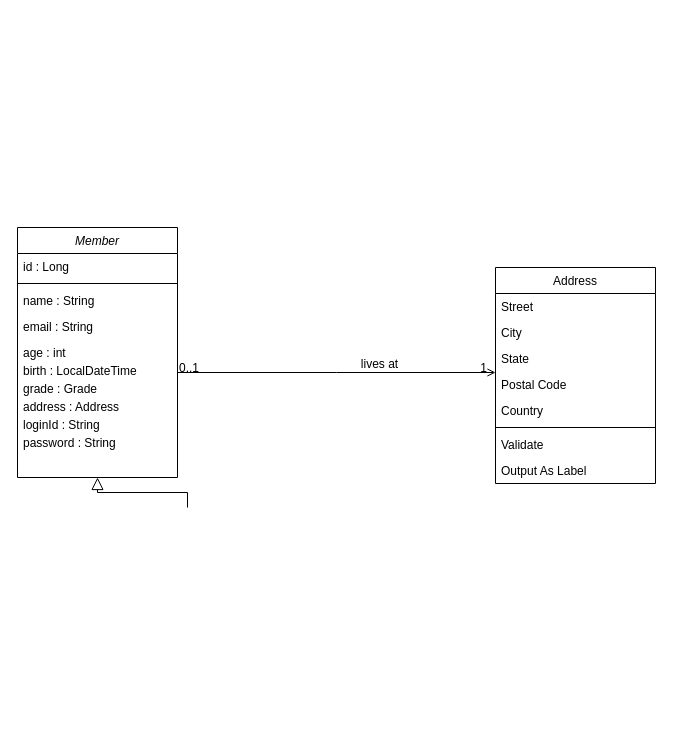
Earlier version of the draw.io diagram 제목 없는 다이어그램.drawio (ceo92/ceing-shopping). Source tidied: cells renumbered, new cells numbered last; positions are measured from the earlier drawing's top-left corner, leaving out a move shared by most shapes. Both pictures are drawn from the tidied source at 100%, with x=0, y=0 at pixel (17, 227).
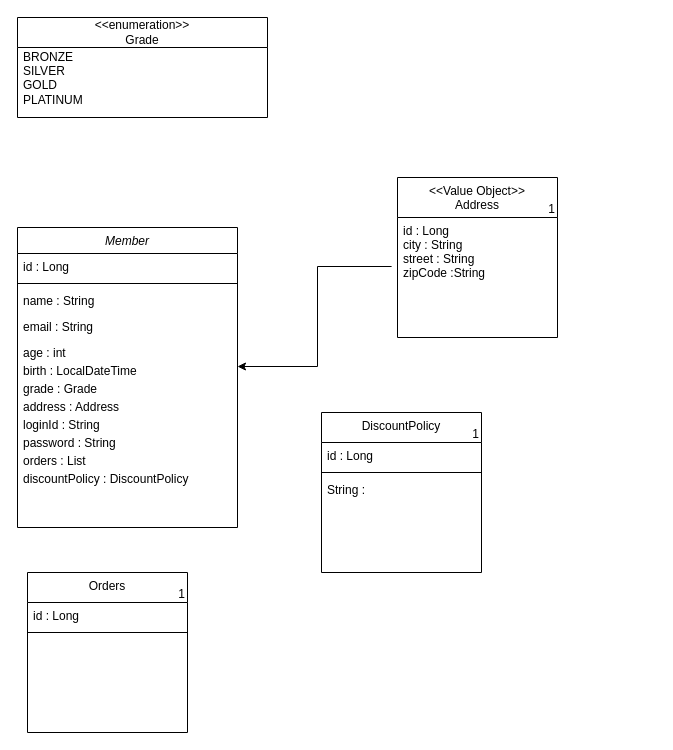
Above is the later version.

Commit message (it also covers changes not shown here):
제목 없는 다이어그램.drawio 업데이트

Diff of the diagram source:
```diff
@@
     <mxCell id="2" value="Member" style="swimlane;fontStyle=2;align=center;verticalAlign=top;horizontal=1;startSize=26;rounded=0;shadow=0;strokeWidth=1;" parent="1" vertex="1">
-      <mxGeometry width="160" height="250" as="geometry" />
+      <mxGeometry width="220" height="300" as="geometry" />
     </mxCell>
     <mxCell id="3" value="id : Long" style="text;align=left;verticalAlign=top;spacingLeft=4;spacingRight=4;overflow=hidden;" parent="2" vertex="1">
-      <mxGeometry y="26" width="160" height="26" as="geometry" />
+      <mxGeometry y="26" width="220" height="26" as="geometry" />
     </mxCell>
     <mxCell id="4" style="line;html=1;strokeWidth=1;align=left;verticalAlign=middle;spacingTop=-1;spacingLeft=3;spacingRight=3;labelPosition=right;" parent="2" vertex="1">
-      <mxGeometry y="52" width="160" height="8" as="geometry" />
+      <mxGeometry y="52" width="220" height="8" as="geometry" />
     </mxCell>
     <mxCell id="5" value="name : String" style="text;align=left;verticalAlign=top;spacingLeft=4;spacingRight=4;overflow=hidden;rounded=0;shadow=0;html=0;" parent="2" vertex="1">
-      <mxGeometry y="60" width="160" height="26" as="geometry" />
+      <mxGeometry y="60" width="220" height="26" as="geometry" />
     </mxCell>
     <mxCell id="6" value="email : String    &#10;" style="text;align=left;verticalAlign=top;spacingLeft=4;spacingRight=4;overflow=hidden;rounded=0;shadow=0;html=0;" parent="2" vertex="1">
-      <mxGeometry y="86" width="160" height="26" as="geometry" />
+      <mxGeometry y="86" width="220" height="26" as="geometry" />
     </mxCell>
     <mxCell id="7" value="age : int" style="text;align=left;verticalAlign=top;spacingLeft=4;spacingRight=4;overflow=hidden;" parent="2" vertex="1">
-      <mxGeometry y="112" width="160" height="18" as="geometry" />
+      <mxGeometry y="112" width="220" height="18" as="geometry" />
     </mxCell>
     <mxCell id="8" value="birth : LocalDateTime" style="text;align=left;verticalAlign=top;spacingLeft=4;spacingRight=4;overflow=hidden;points=[[0,0.5],[1,0.5]];portConstraint=eastwest;" parent="2" vertex="1">
-      <mxGeometry y="130" width="160" height="18" as="geometry" />
+      <mxGeometry y="130" width="220" height="18" as="geometry" />
     </mxCell>
     <mxCell id="9" value="grade : Grade" style="text;align=left;verticalAlign=top;spacingLeft=4;spacingRight=4;overflow=hidden;" parent="2" vertex="1">
-      <mxGeometry y="148" width="160" height="18" as="geometry" />
+      <mxGeometry y="148" width="220" height="18" as="geometry" />
     </mxCell>
     <mxCell id="10" value="address : Address" style="text;align=left;verticalAlign=top;spacingLeft=4;spacingRight=4;overflow=hidden;" parent="2" vertex="1">
-      <mxGeometry y="166" width="160" height="18" as="geometry" />
+      <mxGeometry y="166" width="220" height="18" as="geometry" />
     </mxCell>
     <mxCell id="11" value="loginId : String" style="text;align=left;verticalAlign=top;spacingLeft=4;spacingRight=4;overflow=hidden;" parent="2" vertex="1">
-      <mxGeometry y="184" width="160" height="18" as="geometry" />
+      <mxGeometry y="184" width="220" height="18" as="geometry" />
     </mxCell>
     <mxCell id="12" value="password : String" style="text;align=left;verticalAlign=top;spacingLeft=4;spacingRight=4;overflow=hidden;" parent="2" vertex="1">
-      <mxGeometry y="202" width="160" height="18" as="geometry" />
+      <mxGeometry y="202" width="220" height="18" as="geometry" />
     </mxCell>
-    <mxCell id="13" style="endArrow=block;endSize=10;endFill=0;shadow=0;strokeWidth=1;rounded=0;curved=0;edgeStyle=elbowEdgeStyle;elbow=vertical;" parent="1" edge="1" target="2">
-      <mxGeometry relative="1" as="geometry">
-        <mxPoint x="170" y="280" as="sourcePoint" />
-      </mxGeometry>
-    </mxCell>
-    <mxCell id="14" value="Address" style="swimlane;fontStyle=0;align=center;verticalAlign=top;horizontal=1;startSize=26;rounded=0;shadow=0;strokeWidth=1;" parent="1" vertex="1">
-      <mxGeometry x="478" y="40" width="160" height="216" as="geometry" />
-    </mxCell>
-    <mxCell id="15" value="Street" style="text;align=left;verticalAlign=top;spacingLeft=4;spacingRight=4;overflow=hidden;" parent="14" vertex="1">
-      <mxGeometry y="26" width="160" height="26" as="geometry" />
-    </mxCell>
-    <mxCell id="16" value="City" style="text;align=left;verticalAlign=top;spacingLeft=4;spacingRight=4;overflow=hidden;rounded=0;shadow=0;html=0;" parent="14" vertex="1">
-      <mxGeometry y="52" width="160" height="26" as="geometry" />
-    </mxCell>
-    <mxCell id="17" value="State" style="text;align=left;verticalAlign=top;spacingLeft=4;spacingRight=4;overflow=hidden;rounded=0;shadow=0;html=0;" parent="14" vertex="1">
-      <mxGeometry y="78" width="160" height="26" as="geometry" />
-    </mxCell>
-    <mxCell id="18" value="Postal Code" style="text;align=left;verticalAlign=top;spacingLeft=4;spacingRight=4;overflow=hidden;rounded=0;shadow=0;html=0;" parent="14" vertex="1">
-      <mxGeometry y="104" width="160" height="26" as="geometry" />
-    </mxCell>
-    <mxCell id="19" value="Country" style="text;align=left;verticalAlign=top;spacingLeft=4;spacingRight=4;overflow=hidden;rounded=0;shadow=0;html=0;" parent="14" vertex="1">
-      <mxGeometry y="130" width="160" height="26" as="geometry" />
-    </mxCell>
-    <mxCell id="20" style="line;html=1;strokeWidth=1;align=left;verticalAlign=middle;spacingTop=-1;spacingLeft=3;spacingRight=3;labelPosition=right;" parent="14" vertex="1">
-      <mxGeometry y="156" width="160" height="8" as="geometry" />
-    </mxCell>
-    <mxCell id="21" value="Validate" style="text;align=left;verticalAlign=top;spacingLeft=4;spacingRight=4;overflow=hidden;" parent="14" vertex="1">
-      <mxGeometry y="164" width="160" height="26" as="geometry" />
-    </mxCell>
-    <mxCell id="22" value="Output As Label" style="text;align=left;verticalAlign=top;spacingLeft=4;spacingRight=4;overflow=hidden;" parent="14" vertex="1">
-      <mxGeometry y="190" width="160" height="26" as="geometry" />
-    </mxCell>
-    <mxCell id="23" style="endArrow=open;shadow=0;strokeWidth=1;rounded=0;curved=0;endFill=1;edgeStyle=elbowEdgeStyle;elbow=vertical;" parent="1" edge="1" source="2" target="14">
-      <mxGeometry x="0.5" y="41" relative="1" as="geometry">
-        <mxPoint x="-40" y="32" as="offset" />
-      </mxGeometry>
-    </mxCell>
-    <mxCell id="24" value="0..1" style="align=left;verticalAlign=bottom;labelBackgroundColor=none;fontSize=12;" parent="23" vertex="1">
-      <mxGeometry x="-1" relative="1" as="geometry">
-        <mxPoint y="4" as="offset" />
-      </mxGeometry>
-    </mxCell>
-    <mxCell id="25" value="1" style="align=right;verticalAlign=bottom;labelBackgroundColor=none;fontSize=12;" parent="23" vertex="1">
-      <mxGeometry x="1" relative="1" as="geometry">
-        <mxPoint x="-7" y="4" as="offset" />
-      </mxGeometry>
-    </mxCell>
-    <mxCell id="26" value="lives at" style="text;html=1;align=center;verticalAlign=middle;labelBackgroundColor=none;rounded=0;shadow=0;strokeWidth=1;fontSize=12;" parent="23" vertex="1">
-      <mxGeometry x="0.5" y="49" relative="1" as="geometry">
-        <mxPoint x="-38" y="40" as="offset" />
-      </mxGeometry>
-    </mxCell>
+    <mxCell id="27" value="orders : List" style="text;align=left;verticalAlign=top;spacingLeft=4;spacingRight=4;overflow=hidden;" parent="2" vertex="1">
+      <mxGeometry y="220" width="220" height="18" as="geometry" />
+    </mxCell>
+    <mxCell id="28" value="discountPolicy : DiscountPolicy" style="text;align=left;verticalAlign=top;spacingLeft=4;spacingRight=4;overflow=hidden;" parent="2" vertex="1">
+      <mxGeometry y="238" width="220" height="18" as="geometry" />
+    </mxCell>
+    <mxCell id="29" value="&lt;div&gt;&amp;lt;&amp;lt;enumeration&amp;gt;&amp;gt;&lt;/div&gt;Grade" style="swimlane;fontStyle=0;horizontal=1;startSize=30;whiteSpace=wrap;html=1;" parent="1" vertex="1">
+      <mxGeometry y="-210" width="250" height="100" as="geometry" />
+    </mxCell>
+    <mxCell id="30" value="&lt;div&gt;BRONZE&lt;/div&gt;SILVER&lt;div&gt;GOLD&lt;/div&gt;&lt;div&gt;PLATINUM&lt;/div&gt;&lt;div&gt;&lt;br&gt;&lt;/div&gt;&lt;div&gt;&lt;br&gt;&lt;/div&gt;&lt;div&gt;&lt;br&gt;&lt;/div&gt;" style="text;strokeColor=none;fillColor=none;align=left;verticalAlign=middle;spacingLeft=4;spacingRight=4;overflow=hidden;whiteSpace=wrap;html=1;" parent="29" vertex="1">
+      <mxGeometry y="30" width="250" height="70" as="geometry" />
+    </mxCell>
+    <mxCell id="31" style="edgeStyle=orthogonalEdgeStyle;rounded=0;jettySize=auto;html=1;exitX=-0.037;exitY=0.49;exitDx=0;exitDy=0;entryX=1;entryY=0.5;entryDx=0;entryDy=0;exitPerimeter=0;" parent="1" edge="1" source="43" target="8">
+      <mxGeometry relative="1" as="geometry" />
+    </mxCell>
+    <mxCell id="32" value="Orders" style="swimlane;fontStyle=0;align=center;verticalAlign=top;horizontal=1;startSize=30;rounded=0;shadow=0;strokeWidth=1;" parent="1" vertex="1">
+      <mxGeometry x="10" y="345" width="160" height="160" as="geometry" />
+    </mxCell>
+    <mxCell id="33" value="1" style="align=right;verticalAlign=bottom;labelBackgroundColor=none;fontSize=12;" parent="32" vertex="1">
+      <mxGeometry y="30" width="160" as="geometry" />
+    </mxCell>
+    <mxCell id="34" value="id : Long" style="text;align=left;verticalAlign=top;spacingLeft=4;spacingRight=4;overflow=hidden;rounded=0;shadow=0;html=0;" parent="32" vertex="1">
+      <mxGeometry y="30" width="160" height="26" as="geometry" />
+    </mxCell>
+    <mxCell id="35" style="line;html=1;strokeWidth=1;align=left;verticalAlign=middle;spacingTop=-1;spacingLeft=3;spacingRight=3;labelPosition=right;" parent="32" vertex="1">
+      <mxGeometry y="56" width="160" height="8" as="geometry" />
+    </mxCell>
+    <mxCell id="36" value="DiscountPolicy" style="swimlane;fontStyle=0;align=center;verticalAlign=top;horizontal=1;startSize=30;rounded=0;shadow=0;strokeWidth=1;" parent="1" vertex="1">
+      <mxGeometry x="304" y="185" width="160" height="160" as="geometry" />
+    </mxCell>
+    <mxCell id="37" value="1" style="align=right;verticalAlign=bottom;labelBackgroundColor=none;fontSize=12;" parent="36" vertex="1">
+      <mxGeometry y="30" width="160" as="geometry" />
+    </mxCell>
+    <mxCell id="38" value="id : Long" style="text;align=left;verticalAlign=top;spacingLeft=4;spacingRight=4;overflow=hidden;rounded=0;shadow=0;html=0;" parent="36" vertex="1">
+      <mxGeometry y="30" width="160" height="26" as="geometry" />
+    </mxCell>
+    <mxCell id="39" style="line;html=1;strokeWidth=1;align=left;verticalAlign=middle;spacingTop=-1;spacingLeft=3;spacingRight=3;labelPosition=right;" parent="36" vertex="1">
+      <mxGeometry y="56" width="160" height="8" as="geometry" />
+    </mxCell>
+    <mxCell id="40" value="String : " style="text;align=left;verticalAlign=top;spacingLeft=4;spacingRight=4;overflow=hidden;rounded=0;shadow=0;html=0;" parent="36" vertex="1">
+      <mxGeometry y="64" width="160" height="26" as="geometry" />
+    </mxCell>
+    <mxCell id="41" value="&lt;&lt;Value Object&gt;&gt;&#10;Address" style="swimlane;fontStyle=0;align=center;verticalAlign=top;horizontal=1;startSize=40;rounded=0;shadow=0;strokeWidth=1;" parent="1" vertex="1">
+      <mxGeometry x="380" y="-50" width="160" height="160" as="geometry" />
+    </mxCell>
+    <mxCell id="42" value="1" style="align=right;verticalAlign=bottom;labelBackgroundColor=none;fontSize=12;" parent="41" vertex="1">
+      <mxGeometry y="40" width="160" as="geometry" />
+    </mxCell>
+    <mxCell id="43" value="id : Long&#10;city : String&#10;street : String&#10;zipCode :String" style="text;align=left;verticalAlign=top;spacingLeft=4;spacingRight=4;overflow=hidden;points=[[0,0.5],[1,0.5]];portConstraint=eastwest;rounded=0;shadow=0;html=0;" parent="41" vertex="1">
+      <mxGeometry y="40" width="160" height="100" as="geometry" />
+    </mxCell>
```
